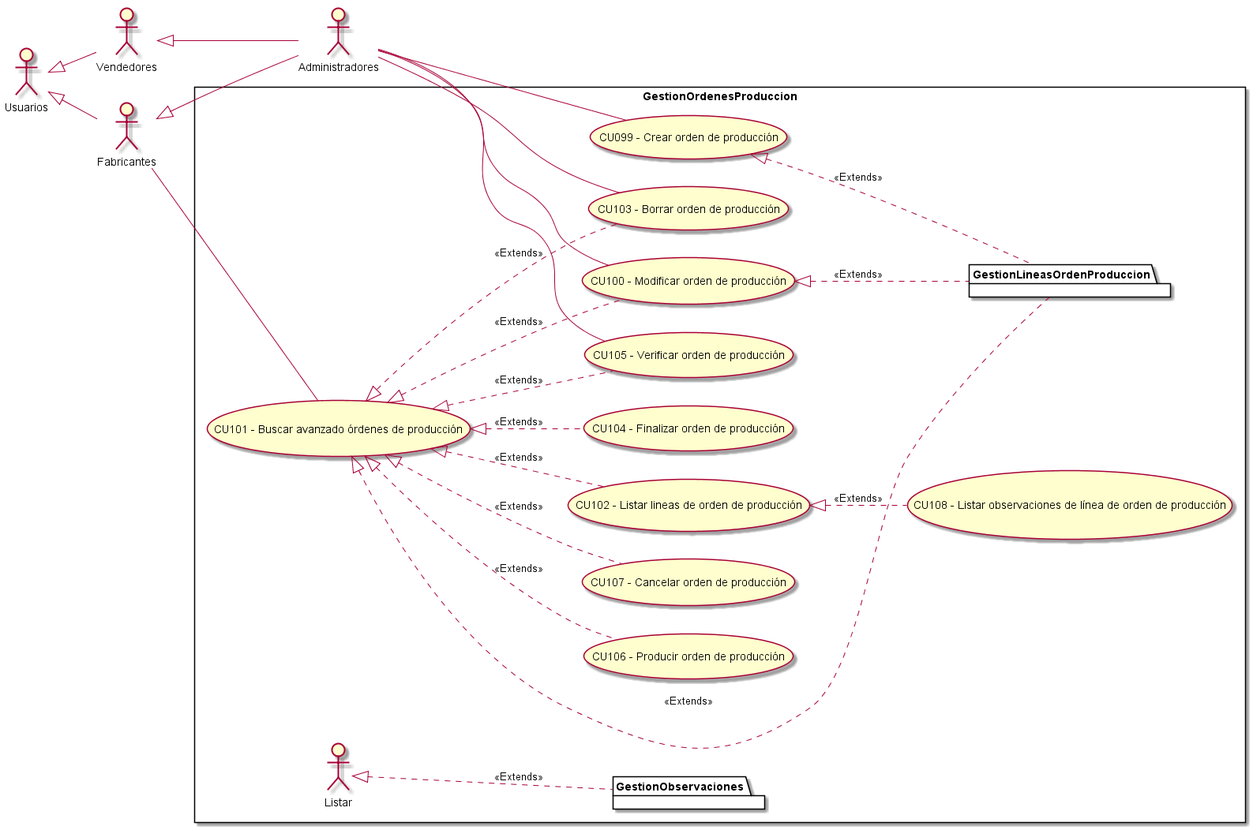
Above: Informe Final/Imagenes/ModeladoDeCasosDeUso/DiagramaDeCasosDeUso/GestionOrdenesProduccion.png in ZMGestion/DocumentacionZMGestion (PlantUML), before the change.
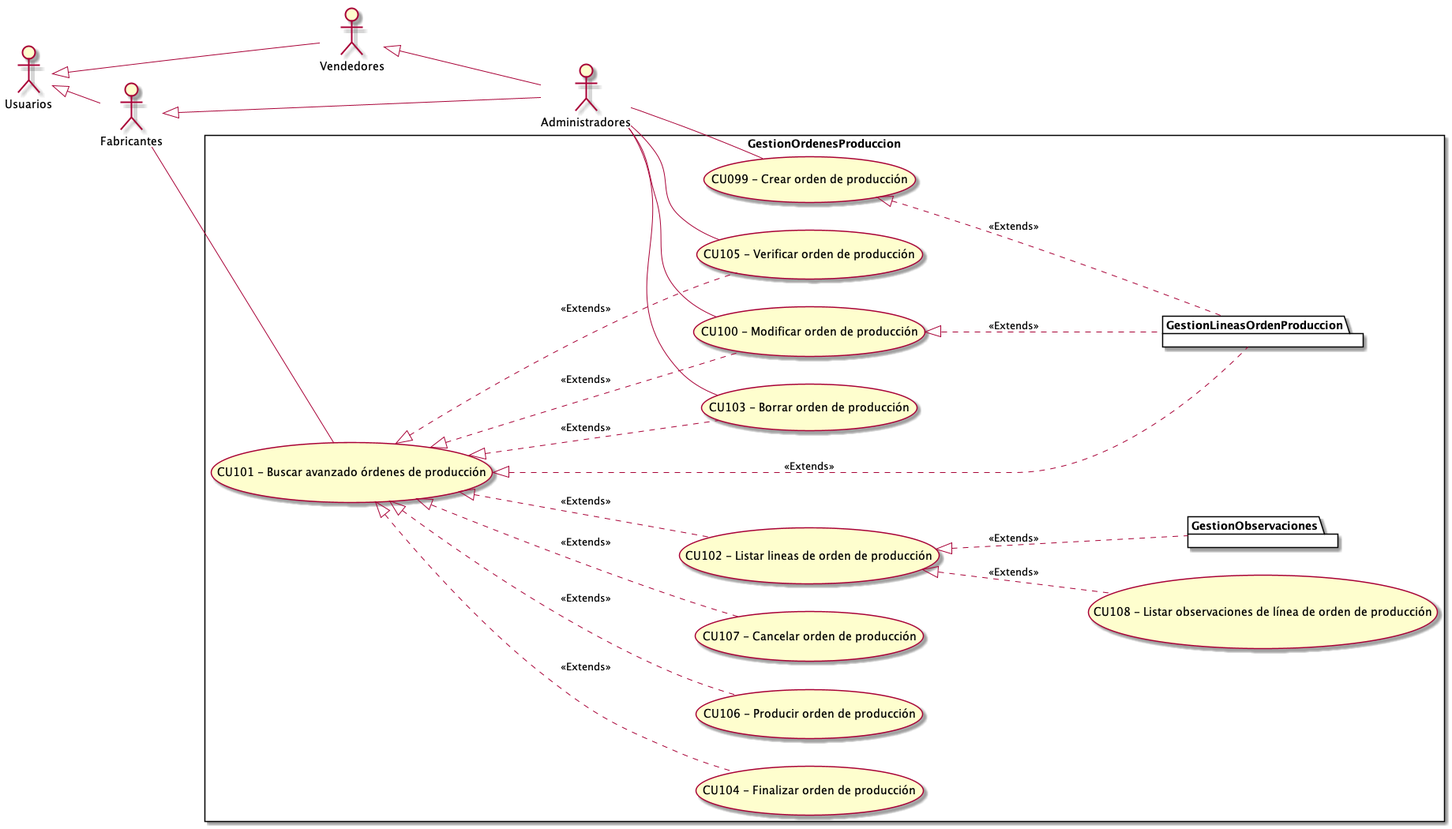
Above is the later version.

What changed in the source:
```diff
@@ -39,7 +39,7 @@
     C <|.. GestionLineasOrdenProduccion : <<Extends>>
     M <|.. GestionLineasOrdenProduccion : <<Extends>>
     BA <|.. GestionLineasOrdenProduccion : <<Extends>>
-    Listar <|.. GestionObservaciones : <<Extends>>
+    ListarLineas <|.. GestionObservaciones : <<Extends>>
 }
     Administradores -- C
     Fabricantes -- BA
```
